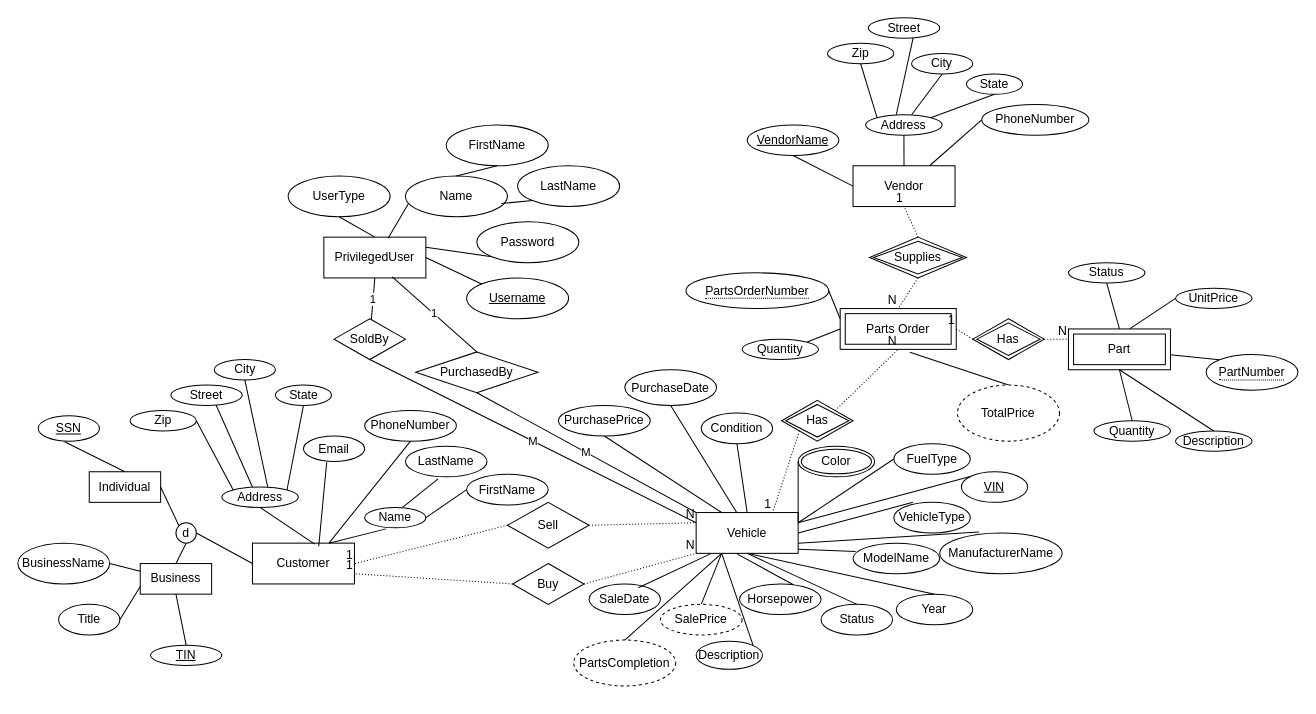
This is Phase_1/team006_p1_eer.drawio from rkang427/autodb, a draw.io file, before an edit. Source tidied: cells renumbered, new cells numbered last; positions are measured from the earlier drawing's top-left corner, leaving out a move shared by most shapes. Both pictures are drawn from the tidied source at 102%, with x=0, y=0 at pixel (17, 17).
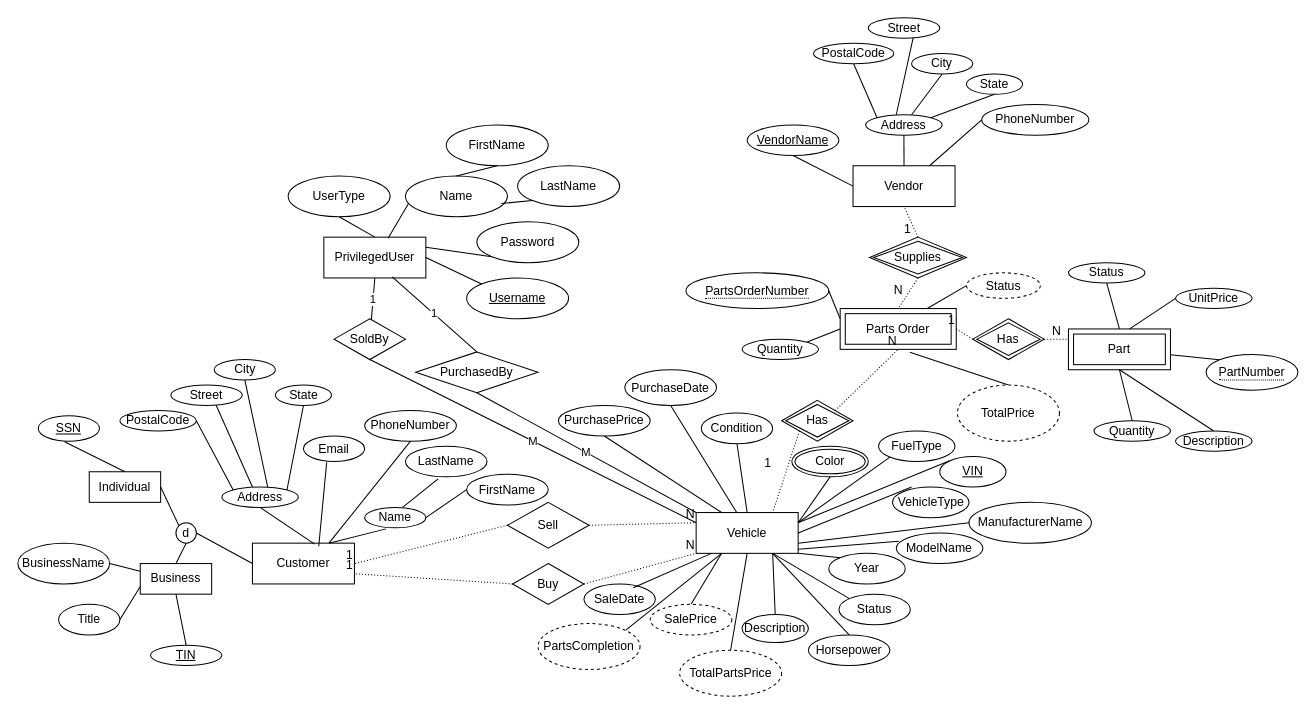
The same page after the edit.

The change refers to these unchanged cells:
```xml
<mxCell id="58" value="Parts Order" style="shape=ext;margin=3;double=1;whiteSpace=wrap;html=1;align=center;" parent="1" vertex="1">
  <mxGeometry x="806.2" y="285" width="113.8" height="40" as="geometry" />
</mxCell>
<mxCell id="69" value="Vehicle" style="whiteSpace=wrap;html=1;align=center;" parent="1" vertex="1">
  <mxGeometry x="665" y="485" width="100" height="40" as="geometry" />
</mxCell>
<mxCell id="119" style="endArrow=none;html=1;rounded=0;dashed=1;dashPattern=1 2;exitX=0;exitY=1;exitDx=0;exitDy=0;entryX=0.75;entryY=0;entryDx=0;entryDy=0;" parent="1" edge="1" source="59" target="69">
  <mxGeometry relative="1" as="geometry" />
</mxCell>
<mxCell id="123" style="endArrow=none;html=1;rounded=0;dashed=1;dashPattern=1 2;exitX=0.5;exitY=0;exitDx=0;exitDy=0;entryX=0.5;entryY=1;entryDx=0;entryDy=0;" parent="1" edge="1" source="94" target="93">
  <mxGeometry relative="1" as="geometry" />
</mxCell>
<mxCell id="125" style="endArrow=none;html=1;rounded=0;dashed=1;dashPattern=1 2;entryX=0.5;entryY=0;entryDx=0;entryDy=0;exitX=0.5;exitY=1;exitDx=0;exitDy=0;" parent="1" edge="1" source="94" target="58">
  <mxGeometry relative="1" as="geometry" />
</mxCell>
<mxCell id="127" style="endArrow=none;html=1;rounded=0;dashed=1;dashPattern=1 2;entryX=0;entryY=0.25;entryDx=0;entryDy=0;exitX=1;exitY=0.5;exitDx=0;exitDy=0;" parent="1" edge="1" source="89" target="90">
  <mxGeometry relative="1" as="geometry" />
</mxCell>
```

What changed in the source:
```diff
@@
     <mxCell id="56" value="SaleDate" style="ellipse;whiteSpace=wrap;html=1;align=center;" parent="1" vertex="1">
-      <mxGeometry x="560" y="555" width="70" height="30" as="geometry" />
+      <mxGeometry x="555" y="555" width="70" height="30" as="geometry" />
     </mxCell>
@@
-    <mxCell id="68" value="Zip" style="ellipse;whiteSpace=wrap;html=1;align=center;" parent="1" vertex="1">
-      <mxGeometry x="110" y="385" width="65" height="20" as="geometry" />
+    <mxCell id="68" value="PostalCode" style="ellipse;whiteSpace=wrap;html=1;align=center;" parent="1" vertex="1">
+      <mxGeometry x="100" y="385" width="75" height="20" as="geometry" />
     </mxCell>
@@
     <mxCell id="70" value="VIN" style="ellipse;whiteSpace=wrap;html=1;align=center;fontStyle=4;" parent="1" vertex="1">
-      <mxGeometry x="925" y="445" width="65" height="30" as="geometry" />
+      <mxGeometry x="903.8" y="430" width="65" height="30" as="geometry" />
     </mxCell>
     <mxCell id="71" value="VehicleType" style="ellipse;whiteSpace=wrap;html=1;align=center;" parent="1" vertex="1">
-      <mxGeometry x="858.8" y="475" width="75" height="30" as="geometry" />
+      <mxGeometry x="857.5" y="460" width="75" height="30" as="geometry" />
     </mxCell>
     <mxCell id="72" value="ManufacturerName" style="ellipse;whiteSpace=wrap;html=1;align=center;" parent="1" vertex="1">
-      <mxGeometry x="903.8" y="505" width="120" height="40" as="geometry" />
+      <mxGeometry x="932.5" y="475" width="120" height="40" as="geometry" />
     </mxCell>
     <mxCell id="73" value="FuelType" style="ellipse;whiteSpace=wrap;html=1;align=center;" parent="1" vertex="1">
-      <mxGeometry x="858.8" y="417.5" width="75" height="30" as="geometry" />
+      <mxGeometry x="843.8" y="405" width="75" height="30" as="geometry" />
     </mxCell>
     <mxCell id="74" value="ModelName" style="ellipse;whiteSpace=wrap;html=1;align=center;" parent="1" vertex="1">
-      <mxGeometry x="818.8" y="515" width="85" height="30" as="geometry" />
+      <mxGeometry x="861.2" y="505" width="85" height="30" as="geometry" />
     </mxCell>
     <mxCell id="75" value="Year" style="ellipse;whiteSpace=wrap;html=1;align=center;" parent="1" vertex="1">
-      <mxGeometry x="861.2" y="565" width="75" height="30" as="geometry" />
+      <mxGeometry x="795" y="525" width="75" height="30" as="geometry" />
     </mxCell>
     <mxCell id="76" value="Color" style="ellipse;shape=doubleEllipse;margin=3;whiteSpace=wrap;html=1;align=center;" parent="1" vertex="1">
-      <mxGeometry x="765" y="420" width="75" height="30" as="geometry" />
+      <mxGeometry x="758.8" y="420" width="75" height="30" as="geometry" />
     </mxCell>
-    <mxCell id="77" style="endArrow=none;html=1;rounded=0;exitX=1;exitY=0.25;exitDx=0;exitDy=0;entryX=0;entryY=0.5;entryDx=0;entryDy=0;" parent="1" edge="1" source="69" target="76">
+    <mxCell id="77" style="endArrow=none;html=1;rounded=0;exitX=1;exitY=0.25;exitDx=0;exitDy=0;entryX=0.5;entryY=1;entryDx=0;entryDy=0;" parent="1" edge="1" source="69" target="76">
       <mxGeometry relative="1" as="geometry" />
     </mxCell>
@@
-    <mxCell id="80" style="endArrow=none;html=1;rounded=0;exitX=1;exitY=0.75;exitDx=0;exitDy=0;entryX=0.32;entryY=-0.025;entryDx=0;entryDy=0;entryPerimeter=0;" parent="1" edge="1" source="69" target="72">
+    <mxCell id="80" style="endArrow=none;html=1;rounded=0;exitX=1;exitY=0.75;exitDx=0;exitDy=0;entryX=0;entryY=0.5;entryDx=0;entryDy=0;" parent="1" edge="1" source="69" target="72">
       <mxGeometry relative="1" as="geometry" />
     </mxCell>
@@
-    <mxCell id="82" style="endArrow=none;html=1;rounded=0;exitX=0.5;exitY=1;exitDx=0;exitDy=0;entryX=0.5;entryY=0;entryDx=0;entryDy=0;" parent="1" edge="1" source="69" target="75">
+    <mxCell id="82" style="endArrow=none;html=1;rounded=0;exitX=1;exitY=1;exitDx=0;exitDy=0;entryX=0;entryY=0;entryDx=0;entryDy=0;" parent="1" edge="1" source="69" target="75">
       <mxGeometry relative="1" as="geometry" />
     </mxCell>
     <mxCell id="83" value="Horsepower" style="ellipse;whiteSpace=wrap;html=1;align=center;" parent="1" vertex="1">
-      <mxGeometry x="707.5" y="555" width="80" height="30" as="geometry" />
+      <mxGeometry x="775" y="605" width="80" height="30" as="geometry" />
     </mxCell>
-    <mxCell id="84" style="endArrow=none;html=1;rounded=0;exitX=0.4;exitY=1.014;exitDx=0;exitDy=0;entryX=0.66;entryY=0.025;entryDx=0;entryDy=0;entryPerimeter=0;exitPerimeter=0;" parent="1" edge="1" source="69" target="83">
-      <mxGeometry relative="1" as="geometry" />
+    <mxCell id="84" style="endArrow=none;html=1;rounded=0;entryX=0.5;entryY=0;entryDx=0;entryDy=0;" parent="1" edge="1" target="83">
+      <mxGeometry relative="1" as="geometry">
+        <mxPoint x="740" y="525" as="sourcePoint" />
+      </mxGeometry>
     </mxCell>
     <mxCell id="85" value="Description" style="ellipse;whiteSpace=wrap;html=1;align=center;" parent="1" vertex="1">
-      <mxGeometry x="665" y="611.2" width="65" height="27.5" as="geometry" />
+      <mxGeometry x="710" y="585" width="65" height="27.5" as="geometry" />
     </mxCell>
-    <mxCell id="86" style="endArrow=none;html=1;rounded=0;exitX=0.25;exitY=1;exitDx=0;exitDy=0;entryX=1;entryY=0;entryDx=0;entryDy=0;" parent="1" edge="1" source="69" target="85">
+    <mxCell id="86" style="endArrow=none;html=1;rounded=0;exitX=0.75;exitY=1;exitDx=0;exitDy=0;entryX=0.5;entryY=0;entryDx=0;entryDy=0;" parent="1" edge="1" source="69" target="85">
       <mxGeometry relative="1" as="geometry" />
     </mxCell>
-    <mxCell id="87" style="endArrow=none;html=1;rounded=0;exitX=1;exitY=0.25;exitDx=0;exitDy=0;entryX=0;entryY=0.5;entryDx=0;entryDy=0;" parent="1" edge="1" source="69" target="73">
+    <mxCell id="87" style="endArrow=none;html=1;rounded=0;exitX=1;exitY=0.25;exitDx=0;exitDy=0;entryX=0;entryY=1;entryDx=0;entryDy=0;" parent="1" edge="1" source="69" target="73">
       <mxGeometry relative="1" as="geometry" />
     </mxCell>
@@
-    <mxCell id="104" value="Zip" style="ellipse;whiteSpace=wrap;html=1;align=center;" parent="1" vertex="1">
-      <mxGeometry x="793.8" y="25" width="65" height="20" as="geometry" />
+    <mxCell id="104" value="PostalCode" style="ellipse;whiteSpace=wrap;html=1;align=center;" parent="1" vertex="1">
+      <mxGeometry x="780" y="25" width="78.8" height="20" as="geometry" />
     </mxCell>
@@
     <mxCell id="120" value="1" style="html=1;whiteSpace=wrap;align=right;verticalAlign=bottom;" parent="119" vertex="1">
-      <mxGeometry x="1" relative="1" as="geometry" />
+      <mxGeometry x="1" relative="1" as="geometry">
+        <mxPoint y="-40" as="offset" />
+      </mxGeometry>
     </mxCell>
@@
     <mxCell id="124" value="1" style="html=1;whiteSpace=wrap;align=right;verticalAlign=bottom;" parent="123" vertex="1">
-      <mxGeometry x="1" relative="1" as="geometry" />
+      <mxGeometry x="1" relative="1" as="geometry">
+        <mxPoint x="8" y="30" as="offset" />
+      </mxGeometry>
     </mxCell>
@@
     <mxCell id="126" value="N" style="html=1;whiteSpace=wrap;align=right;verticalAlign=bottom;" parent="125" vertex="1">
-      <mxGeometry x="1" relative="1" as="geometry" />
+      <mxGeometry x="1" relative="1" as="geometry">
+        <mxPoint x="6" y="-10" as="offset" />
+      </mxGeometry>
     </mxCell>
@@
     <mxCell id="128" value="N" style="html=1;whiteSpace=wrap;align=right;verticalAlign=bottom;" parent="127" vertex="1">
-      <mxGeometry x="1" relative="1" as="geometry" />
+      <mxGeometry x="1" relative="1" as="geometry">
+        <mxPoint x="-6" as="offset" />
+      </mxGeometry>
     </mxCell>
@@
-    <mxCell id="138" style="endArrow=none;html=1;rounded=0;entryX=0.25;entryY=1;entryDx=0;entryDy=0;exitX=0.5;exitY=0;exitDx=0;exitDy=0;" parent="1" edge="1" source="139" target="69">
+    <mxCell id="138" style="endArrow=none;html=1;rounded=0;entryX=0.25;entryY=1;entryDx=0;entryDy=0;exitX=1;exitY=0;exitDx=0;exitDy=0;" parent="1" edge="1" source="139" target="69">
       <mxGeometry relative="1" as="geometry" />
     </mxCell>
     <mxCell id="139" value="PartsCompletion" style="ellipse;whiteSpace=wrap;html=1;align=center;dashed=1;" parent="1" vertex="1">
-      <mxGeometry x="545" y="610" width="100" height="45" as="geometry" />
+      <mxGeometry x="510" y="593.8" width="100" height="45" as="geometry" />
     </mxCell>
     <mxCell id="140" value="SalePrice" style="ellipse;whiteSpace=wrap;html=1;align=center;dashed=1;" parent="1" vertex="1">
-      <mxGeometry x="630" y="575" width="80" height="30" as="geometry" />
+      <mxGeometry x="620" y="575" width="80" height="30" as="geometry" />
     </mxCell>
     <mxCell id="141" value="Status" style="ellipse;whiteSpace=wrap;html=1;align=center;" parent="1" vertex="1">
-      <mxGeometry x="787.5" y="575" width="70" height="30" as="geometry" />
+      <mxGeometry x="805" y="565" width="70" height="30" as="geometry" />
     </mxCell>
-    <mxCell id="142" style="endArrow=none;html=1;rounded=0;exitX=0.5;exitY=0;exitDx=0;exitDy=0;entryX=0.5;entryY=1;entryDx=0;entryDy=0;" parent="1" edge="1" source="141" target="69">
+    <mxCell id="142" style="endArrow=none;html=1;rounded=0;exitX=0;exitY=0;exitDx=0;exitDy=0;entryX=0.75;entryY=1;entryDx=0;entryDy=0;" parent="1" edge="1" source="141" target="69">
       <mxGeometry relative="1" as="geometry" />
     </mxCell>
@@
+    <mxCell id="150" value="TotalPartsPrice" style="ellipse;whiteSpace=wrap;html=1;align=center;dashed=1;" parent="1" vertex="1">
+      <mxGeometry x="648.8" y="620" width="100" height="45" as="geometry" />
+    </mxCell>
+    <mxCell id="151" style="endArrow=none;html=1;rounded=0;entryX=0.5;entryY=0;entryDx=0;entryDy=0;exitX=0.5;exitY=1;exitDx=0;exitDy=0;" parent="1" edge="1" source="69" target="150">
+      <mxGeometry relative="1" as="geometry" />
+    </mxCell>
+    <mxCell id="152" style="endArrow=none;html=1;rounded=0;entryX=0.75;entryY=0;entryDx=0;entryDy=0;exitX=0;exitY=0.5;exitDx=0;exitDy=0;" parent="1" edge="1" source="153" target="58">
+      <mxGeometry relative="1" as="geometry" />
+    </mxCell>
+    <mxCell id="153" value="Status" style="ellipse;whiteSpace=wrap;html=1;align=center;dashed=1;" parent="1" vertex="1">
+      <mxGeometry x="930" y="250" width="72.5" height="25" as="geometry" />
+    </mxCell>
```
